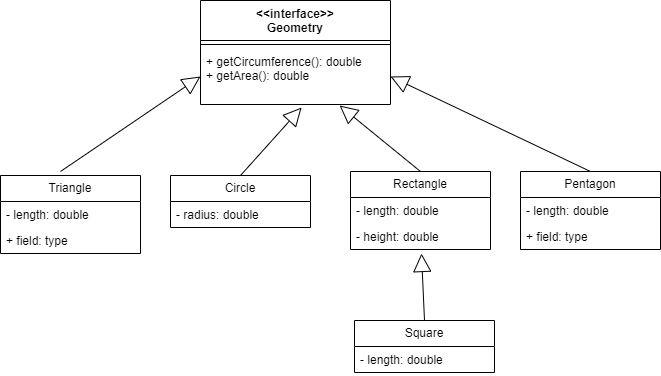
This is Fabian/Week07/06_GeometryInterface/GeometryInterface.png from gylhrvth/CodingCampus_2023.09.VZ.Dornbirn, a draw.io export, as it was before one commit. Source tidied: cells renumbered, new cells last; positions are measured from the earlier drawing's top-left corner, leaving out a move shared by most shapes. Its diagram source:
```xml
<mxGraphModel>
  <root>
    <mxCell id="0" />
    <mxCell id="1" parent="0" />
    <mxCell id="2" value="&amp;lt;&amp;lt;interface&amp;gt;&amp;gt;&lt;br&gt;Geometry" style="swimlane;fontStyle=1;align=center;verticalAlign=top;horizontal=1;startSize=40;whiteSpace=wrap;html=1;" parent="1" vertex="1">
      <mxGeometry x="200" width="190" height="104" as="geometry" />
    </mxCell>
    <mxCell id="3" style="line;strokeWidth=1;fillColor=none;align=left;verticalAlign=middle;spacingTop=-1;spacingLeft=3;spacingRight=3;labelPosition=right;strokeColor=inherit;" parent="2" vertex="1">
      <mxGeometry y="40" width="190" height="8" as="geometry" />
    </mxCell>
    <mxCell id="4" value="&lt;span style=&quot;border-color: var(--border-color);&quot;&gt;+ getCircumference(): double&lt;br style=&quot;border-color: var(--border-color);&quot;&gt;+ getArea(): double&lt;/span&gt;" style="text;strokeColor=none;fillColor=none;align=left;verticalAlign=top;spacingLeft=4;spacingRight=4;overflow=hidden;points=[[0,0.5],[1,0.5]];portConstraint=eastwest;whiteSpace=wrap;html=1;" parent="2" vertex="1">
      <mxGeometry y="48" width="190" height="56" as="geometry" />
    </mxCell>
    <mxCell id="5" value="Circle" style="swimlane;fontStyle=0;horizontal=1;startSize=26;fillColor=none;whiteSpace=wrap;html=1;" parent="1" vertex="1">
      <mxGeometry x="170" y="175" width="140" height="52" as="geometry" />
    </mxCell>
    <mxCell id="6" value="- radius: double" style="text;strokeColor=none;fillColor=none;align=left;verticalAlign=top;spacingLeft=4;spacingRight=4;overflow=hidden;whiteSpace=wrap;html=1;" parent="5" vertex="1">
      <mxGeometry y="26" width="140" height="26" as="geometry" />
    </mxCell>
    <mxCell id="7" value="Rectangle" style="swimlane;fontStyle=0;horizontal=1;startSize=26;fillColor=none;whiteSpace=wrap;html=1;" parent="1" vertex="1">
      <mxGeometry x="350" y="171" width="140" height="78" as="geometry" />
    </mxCell>
    <mxCell id="8" value="- length: double" style="text;strokeColor=none;fillColor=none;align=left;verticalAlign=top;spacingLeft=4;spacingRight=4;overflow=hidden;whiteSpace=wrap;html=1;" parent="7" vertex="1">
      <mxGeometry y="26" width="140" height="26" as="geometry" />
    </mxCell>
    <mxCell id="9" value="- height: double" style="text;strokeColor=none;fillColor=none;align=left;verticalAlign=top;spacingLeft=4;spacingRight=4;overflow=hidden;points=[[0,0.5],[1,0.5]];portConstraint=eastwest;whiteSpace=wrap;html=1;" parent="7" vertex="1">
      <mxGeometry y="52" width="140" height="26" as="geometry" />
    </mxCell>
    <mxCell id="10" value="Square" style="swimlane;fontStyle=0;horizontal=1;startSize=26;fillColor=none;whiteSpace=wrap;html=1;" parent="1" vertex="1">
      <mxGeometry x="354" y="320" width="140" height="52" as="geometry" />
    </mxCell>
    <mxCell id="11" value="- length: double" style="text;strokeColor=none;fillColor=none;align=left;verticalAlign=top;spacingLeft=4;spacingRight=4;overflow=hidden;whiteSpace=wrap;html=1;" parent="10" vertex="1">
      <mxGeometry y="26" width="140" height="26" as="geometry" />
    </mxCell>
    <mxCell id="12" style="endArrow=block;endSize=16;endFill=0;html=1;rounded=0;entryX=0;entryY=0.5;entryDx=0;entryDy=0;exitX=0.5;exitY=0;exitDx=0;exitDy=0;" parent="1" edge="1" target="4">
      <mxGeometry relative="1" as="geometry">
        <mxPoint x="60" y="171" as="sourcePoint" />
      </mxGeometry>
    </mxCell>
    <mxCell id="13" style="endArrow=block;endSize=16;endFill=0;html=1;rounded=0;entryX=0.532;entryY=1.054;entryDx=0;entryDy=0;entryPerimeter=0;exitX=0.5;exitY=0;exitDx=0;exitDy=0;" parent="1" edge="1" source="5" target="4">
      <mxGeometry relative="1" as="geometry" />
    </mxCell>
    <mxCell id="14" style="endArrow=block;endSize=16;endFill=0;html=1;rounded=0;entryX=0.732;entryY=1.018;entryDx=0;entryDy=0;exitX=0.5;exitY=0;exitDx=0;exitDy=0;entryPerimeter=0;" parent="1" edge="1" source="7" target="4">
      <mxGeometry relative="1" as="geometry" />
    </mxCell>
    <mxCell id="15" style="endArrow=block;endSize=16;endFill=0;html=1;rounded=0;entryX=0.507;entryY=1.154;entryDx=0;entryDy=0;entryPerimeter=0;exitX=0.5;exitY=0;exitDx=0;exitDy=0;" parent="1" edge="1" source="10" target="9">
      <mxGeometry relative="1" as="geometry" />
    </mxCell>
    <mxCell id="16" value="Pentagon" style="swimlane;fontStyle=0;horizontal=1;startSize=26;fillColor=none;whiteSpace=wrap;html=1;" parent="1" vertex="1">
      <mxGeometry x="520" y="171" width="140" height="78" as="geometry" />
    </mxCell>
    <mxCell id="17" value="- length: double" style="text;strokeColor=none;fillColor=none;align=left;verticalAlign=top;spacingLeft=4;spacingRight=4;overflow=hidden;whiteSpace=wrap;html=1;" parent="16" vertex="1">
      <mxGeometry y="26" width="140" height="26" as="geometry" />
    </mxCell>
    <mxCell id="18" value="+ field: type" style="text;strokeColor=none;fillColor=none;align=left;verticalAlign=top;spacingLeft=4;spacingRight=4;overflow=hidden;whiteSpace=wrap;html=1;" parent="16" vertex="1">
      <mxGeometry y="52" width="140" height="26" as="geometry" />
    </mxCell>
    <mxCell id="19" style="endArrow=block;endSize=16;endFill=0;html=1;rounded=0;entryX=1;entryY=0.5;entryDx=0;entryDy=0;exitX=0.5;exitY=0;exitDx=0;exitDy=0;" parent="1" edge="1" source="16" target="4">
      <mxGeometry relative="1" as="geometry" />
    </mxCell>
    <mxCell id="20" value="Triangle" style="swimlane;fontStyle=0;horizontal=1;startSize=26;fillColor=none;whiteSpace=wrap;html=1;" parent="1" vertex="1">
      <mxGeometry y="175" width="140" height="78" as="geometry" />
    </mxCell>
    <mxCell id="21" value="- length: double" style="text;strokeColor=none;fillColor=none;align=left;verticalAlign=top;spacingLeft=4;spacingRight=4;overflow=hidden;whiteSpace=wrap;html=1;" parent="20" vertex="1">
      <mxGeometry y="26" width="140" height="26" as="geometry" />
    </mxCell>
    <mxCell id="22" value="+ field: type" style="text;strokeColor=none;fillColor=none;align=left;verticalAlign=top;spacingLeft=4;spacingRight=4;overflow=hidden;whiteSpace=wrap;html=1;" parent="20" vertex="1">
      <mxGeometry y="52" width="140" height="26" as="geometry" />
    </mxCell>
  </root>
</mxGraphModel>
```
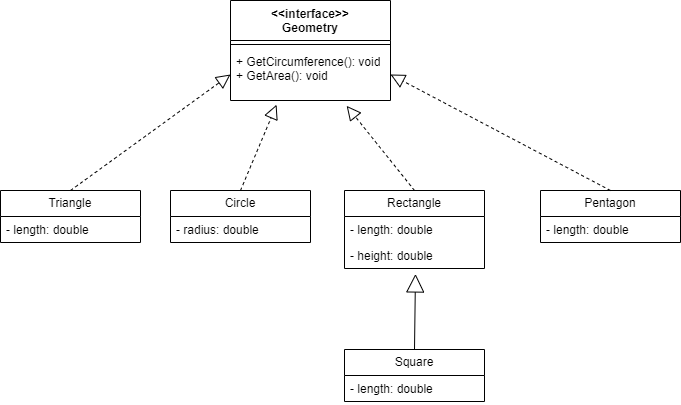
Above is the later version.

The edit, as a diff of the source:
```diff
@@ -3,69 +3,61 @@
     <mxCell id="0" />
     <mxCell id="1" parent="0" />
     <mxCell id="2" value="&amp;lt;&amp;lt;interface&amp;gt;&amp;gt;&lt;br&gt;Geometry" style="swimlane;fontStyle=1;align=center;verticalAlign=top;horizontal=1;startSize=40;whiteSpace=wrap;html=1;" parent="1" vertex="1">
-      <mxGeometry x="200" width="190" height="104" as="geometry" />
+      <mxGeometry x="240" y="-100" width="160" height="100" as="geometry" />
     </mxCell>
-    <mxCell id="3" style="line;strokeWidth=1;fillColor=none;align=left;verticalAlign=middle;spacingTop=-1;spacingLeft=3;spacingRight=3;labelPosition=right;strokeColor=inherit;" parent="2" vertex="1">
-      <mxGeometry y="40" width="190" height="8" as="geometry" />
-    </mxCell>
-    <mxCell id="4" value="&lt;span style=&quot;border-color: var(--border-color);&quot;&gt;+ getCircumference(): double&lt;br style=&quot;border-color: var(--border-color);&quot;&gt;+ getArea(): double&lt;/span&gt;" style="text;strokeColor=none;fillColor=none;align=left;verticalAlign=top;spacingLeft=4;spacingRight=4;overflow=hidden;points=[[0,0.5],[1,0.5]];portConstraint=eastwest;whiteSpace=wrap;html=1;" parent="2" vertex="1">
-      <mxGeometry y="48" width="190" height="56" as="geometry" />
-    </mxCell>
+    <mxCell id="23" style="line;strokeWidth=1;fillColor=none;align=left;verticalAlign=middle;spacingTop=-1;spacingLeft=3;spacingRight=3;labelPosition=right;strokeColor=inherit;" parent="2" vertex="1">
+      <mxGeometry y="40" width="160" height="8" as="geometry" />
+    </mxCell>
+    <mxCell id="24" value="+ GetCircumference(): void&lt;br&gt;+ GetArea(): void" style="text;strokeColor=none;fillColor=none;align=left;verticalAlign=top;spacingLeft=4;spacingRight=4;overflow=hidden;points=[[0,0.5],[1,0.5]];portConstraint=eastwest;whiteSpace=wrap;html=1;" parent="2" vertex="1">
+      <mxGeometry y="48" width="160" height="52" as="geometry" />
+    </mxCell>
+    <mxCell id="20" value="Triangle" style="swimlane;fontStyle=0;horizontal=1;startSize=26;fillColor=none;whiteSpace=wrap;html=1;" parent="1" vertex="1">
+      <mxGeometry x="10" y="90" width="140" height="52" as="geometry" />
+    </mxCell>
+    <mxCell id="25" value="- length: double" style="text;strokeColor=none;fillColor=none;align=left;verticalAlign=top;spacingLeft=4;spacingRight=4;overflow=hidden;whiteSpace=wrap;html=1;" parent="20" vertex="1">
+      <mxGeometry y="26" width="140" height="26" as="geometry" />
+    </mxCell>
     <mxCell id="5" value="Circle" style="swimlane;fontStyle=0;horizontal=1;startSize=26;fillColor=none;whiteSpace=wrap;html=1;" parent="1" vertex="1">
-      <mxGeometry x="170" y="175" width="140" height="52" as="geometry" />
+      <mxGeometry x="180" y="90" width="140" height="52" as="geometry" />
     </mxCell>
     <mxCell id="6" value="- radius: double" style="text;strokeColor=none;fillColor=none;align=left;verticalAlign=top;spacingLeft=4;spacingRight=4;overflow=hidden;whiteSpace=wrap;html=1;" parent="5" vertex="1">
       <mxGeometry y="26" width="140" height="26" as="geometry" />
     </mxCell>
     <mxCell id="7" value="Rectangle" style="swimlane;fontStyle=0;horizontal=1;startSize=26;fillColor=none;whiteSpace=wrap;html=1;" parent="1" vertex="1">
-      <mxGeometry x="350" y="171" width="140" height="78" as="geometry" />
+      <mxGeometry x="354" y="90" width="140" height="78" as="geometry" />
     </mxCell>
-    <mxCell id="8" value="- length: double" style="text;strokeColor=none;fillColor=none;align=left;verticalAlign=top;spacingLeft=4;spacingRight=4;overflow=hidden;whiteSpace=wrap;html=1;" parent="7" vertex="1">
-      <mxGeometry y="26" width="140" height="26" as="geometry" />
-    </mxCell>
+    <mxCell id="26" value="- length: double" style="text;strokeColor=none;fillColor=none;align=left;verticalAlign=top;spacingLeft=4;spacingRight=4;overflow=hidden;whiteSpace=wrap;html=1;" parent="7" vertex="1">
+      <mxGeometry y="26" width="140" height="26" as="geometry" />
+    </mxCell>
     <mxCell id="9" value="- height: double" style="text;strokeColor=none;fillColor=none;align=left;verticalAlign=top;spacingLeft=4;spacingRight=4;overflow=hidden;points=[[0,0.5],[1,0.5]];portConstraint=eastwest;whiteSpace=wrap;html=1;" parent="7" vertex="1">
       <mxGeometry y="52" width="140" height="26" as="geometry" />
     </mxCell>
     <mxCell id="10" value="Square" style="swimlane;fontStyle=0;horizontal=1;startSize=26;fillColor=none;whiteSpace=wrap;html=1;" parent="1" vertex="1">
-      <mxGeometry x="354" y="320" width="140" height="52" as="geometry" />
+      <mxGeometry x="354" y="249" width="140" height="52" as="geometry" />
     </mxCell>
-    <mxCell id="11" value="- length: double" style="text;strokeColor=none;fillColor=none;align=left;verticalAlign=top;spacingLeft=4;spacingRight=4;overflow=hidden;whiteSpace=wrap;html=1;" parent="10" vertex="1">
-      <mxGeometry y="26" width="140" height="26" as="geometry" />
-    </mxCell>
-    <mxCell id="12" style="endArrow=block;endSize=16;endFill=0;html=1;rounded=0;entryX=0;entryY=0.5;entryDx=0;entryDy=0;exitX=0.5;exitY=0;exitDx=0;exitDy=0;" parent="1" edge="1" target="4">
-      <mxGeometry relative="1" as="geometry">
-        <mxPoint x="60" y="171" as="sourcePoint" />
-      </mxGeometry>
-    </mxCell>
-    <mxCell id="13" style="endArrow=block;endSize=16;endFill=0;html=1;rounded=0;entryX=0.532;entryY=1.054;entryDx=0;entryDy=0;entryPerimeter=0;exitX=0.5;exitY=0;exitDx=0;exitDy=0;" parent="1" edge="1" source="5" target="4">
-      <mxGeometry relative="1" as="geometry" />
-    </mxCell>
-    <mxCell id="14" style="endArrow=block;endSize=16;endFill=0;html=1;rounded=0;entryX=0.732;entryY=1.018;entryDx=0;entryDy=0;exitX=0.5;exitY=0;exitDx=0;exitDy=0;entryPerimeter=0;" parent="1" edge="1" source="7" target="4">
-      <mxGeometry relative="1" as="geometry" />
-    </mxCell>
+    <mxCell id="27" value="- length: double" style="text;strokeColor=none;fillColor=none;align=left;verticalAlign=top;spacingLeft=4;spacingRight=4;overflow=hidden;whiteSpace=wrap;html=1;" parent="10" vertex="1">
+      <mxGeometry y="26" width="140" height="26" as="geometry" />
+    </mxCell>
+    <mxCell id="16" value="Pentagon" style="swimlane;fontStyle=0;horizontal=1;startSize=26;fillColor=none;whiteSpace=wrap;html=1;" parent="1" vertex="1">
+      <mxGeometry x="550" y="90" width="140" height="52" as="geometry" />
+    </mxCell>
+    <mxCell id="28" value="- length: double" style="text;strokeColor=none;fillColor=none;align=left;verticalAlign=top;spacingLeft=4;spacingRight=4;overflow=hidden;whiteSpace=wrap;html=1;" parent="16" vertex="1">
+      <mxGeometry y="26" width="140" height="26" as="geometry" />
+    </mxCell>
-    <mxCell id="15" style="endArrow=block;endSize=16;endFill=0;html=1;rounded=0;entryX=0.507;entryY=1.154;entryDx=0;entryDy=0;entryPerimeter=0;exitX=0.5;exitY=0;exitDx=0;exitDy=0;" parent="1" edge="1" source="10" target="9">
+    <mxCell id="15" style="endArrow=block;endSize=16;endFill=0;html=1;rounded=0;exitX=0.5;exitY=0;exitDx=0;exitDy=0;entryX=0.507;entryY=1.21;entryDx=0;entryDy=0;entryPerimeter=0;" parent="1" edge="1" source="10" target="9">
       <mxGeometry relative="1" as="geometry" />
     </mxCell>
-    <mxCell id="16" value="Pentagon" style="swimlane;fontStyle=0;horizontal=1;startSize=26;fillColor=none;whiteSpace=wrap;html=1;" parent="1" vertex="1">
-      <mxGeometry x="520" y="171" width="140" height="78" as="geometry" />
-    </mxCell>
-    <mxCell id="17" value="- length: double" style="text;strokeColor=none;fillColor=none;align=left;verticalAlign=top;spacingLeft=4;spacingRight=4;overflow=hidden;whiteSpace=wrap;html=1;" parent="16" vertex="1">
-      <mxGeometry y="26" width="140" height="26" as="geometry" />
-    </mxCell>
-    <mxCell id="18" value="+ field: type" style="text;strokeColor=none;fillColor=none;align=left;verticalAlign=top;spacingLeft=4;spacingRight=4;overflow=hidden;whiteSpace=wrap;html=1;" parent="16" vertex="1">
-      <mxGeometry y="52" width="140" height="26" as="geometry" />
-    </mxCell>
-    <mxCell id="19" style="endArrow=block;endSize=16;endFill=0;html=1;rounded=0;entryX=1;entryY=0.5;entryDx=0;entryDy=0;exitX=0.5;exitY=0;exitDx=0;exitDy=0;" parent="1" edge="1" source="16" target="4">
-      <mxGeometry relative="1" as="geometry" />
-    </mxCell>
-    <mxCell id="20" value="Triangle" style="swimlane;fontStyle=0;horizontal=1;startSize=26;fillColor=none;whiteSpace=wrap;html=1;" parent="1" vertex="1">
-      <mxGeometry y="175" width="140" height="78" as="geometry" />
-    </mxCell>
-    <mxCell id="21" value="- length: double" style="text;strokeColor=none;fillColor=none;align=left;verticalAlign=top;spacingLeft=4;spacingRight=4;overflow=hidden;whiteSpace=wrap;html=1;" parent="20" vertex="1">
-      <mxGeometry y="26" width="140" height="26" as="geometry" />
-    </mxCell>
-    <mxCell id="22" value="+ field: type" style="text;strokeColor=none;fillColor=none;align=left;verticalAlign=top;spacingLeft=4;spacingRight=4;overflow=hidden;whiteSpace=wrap;html=1;" parent="20" vertex="1">
-      <mxGeometry y="52" width="140" height="26" as="geometry" />
-    </mxCell>
+    <mxCell id="29" style="endArrow=block;dashed=1;endFill=0;endSize=12;html=1;rounded=0;entryX=0;entryY=0.5;entryDx=0;entryDy=0;exitX=0.5;exitY=0;exitDx=0;exitDy=0;" parent="1" edge="1" source="20" target="24">
+      <mxGeometry relative="1" as="geometry" />
+    </mxCell>
+    <mxCell id="30" style="endArrow=block;dashed=1;endFill=0;endSize=12;html=1;rounded=0;entryX=1;entryY=0.5;entryDx=0;entryDy=0;exitX=0.5;exitY=0;exitDx=0;exitDy=0;" parent="1" edge="1" source="16" target="24">
+      <mxGeometry relative="1" as="geometry" />
+    </mxCell>
+    <mxCell id="31" style="endArrow=block;dashed=1;endFill=0;endSize=12;html=1;rounded=0;entryX=0.288;entryY=1.081;entryDx=0;entryDy=0;entryPerimeter=0;exitX=0.5;exitY=0;exitDx=0;exitDy=0;" parent="1" edge="1" source="5" target="24">
+      <mxGeometry relative="1" as="geometry" />
+    </mxCell>
+    <mxCell id="32" style="endArrow=block;dashed=1;endFill=0;endSize=12;html=1;rounded=0;entryX=0.726;entryY=1.103;entryDx=0;entryDy=0;entryPerimeter=0;exitX=0.5;exitY=0;exitDx=0;exitDy=0;" parent="1" edge="1" source="7" target="24">
+      <mxGeometry relative="1" as="geometry" />
+    </mxCell>
   </root>
 </mxGraphModel>
```
